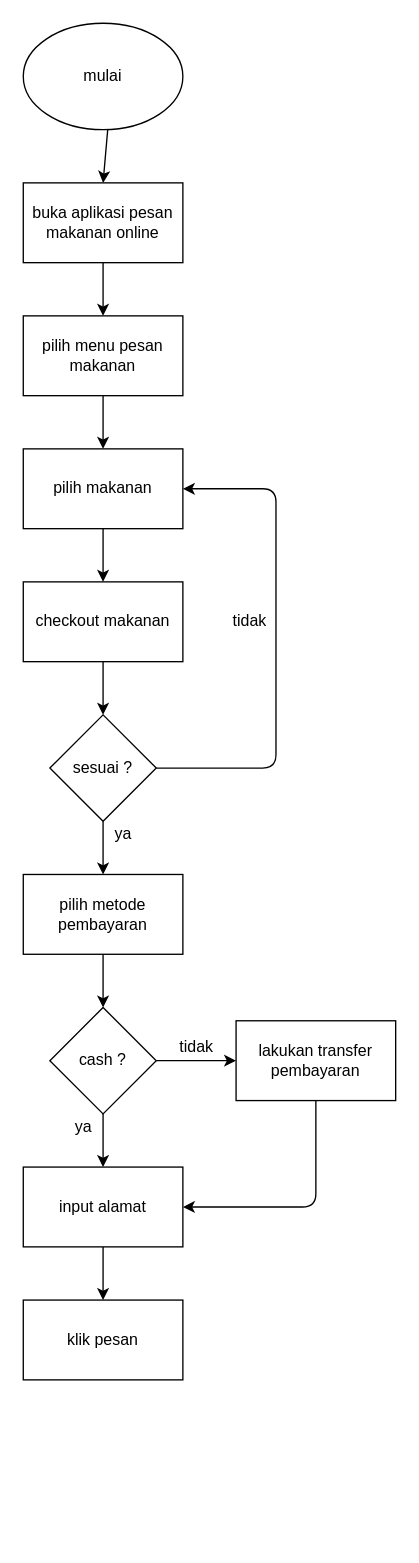
Earlier version of the draw.io diagram flowchart.drawio (hsyahridwan/ridwan_order-online-food_app). Source tidied: cells renumbered, new cells numbered last; positions are measured from the earlier drawing's top-left corner, leaving out a move shared by most shapes. Both pictures are drawn from the tidied source at 133%, with x=0, y=0 at pixel (23, 23).
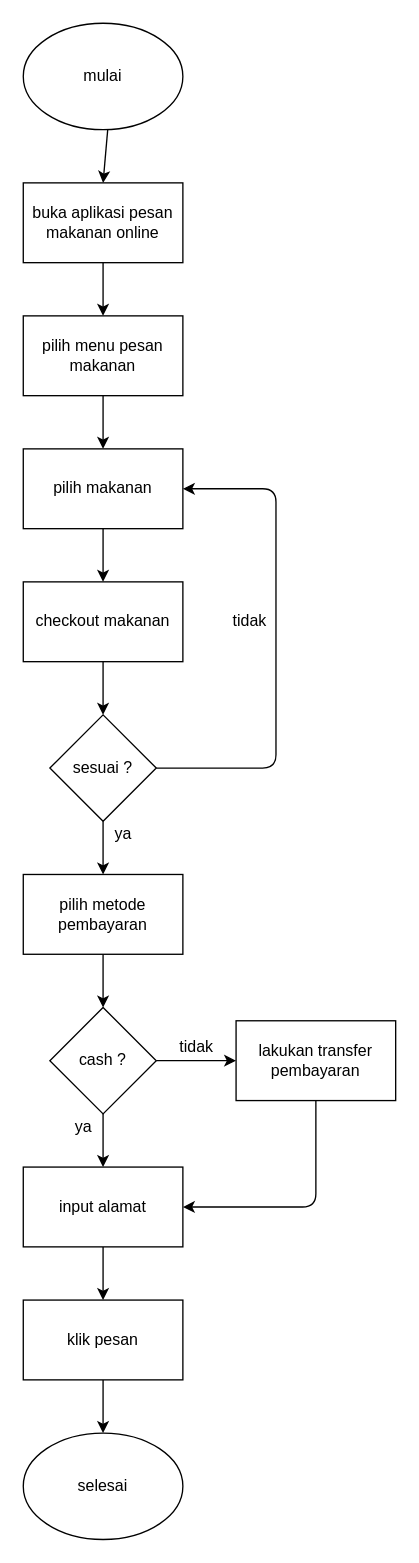
The same diagram, later.

The change refers to these unchanged cells:
```xml
<mxCell id="22" value="klik pesan" style="rounded=0;whiteSpace=wrap;html=1;" parent="1" vertex="1">
  <mxGeometry y="960" width="120" height="60" as="geometry" />
</mxCell>
```

The edit, as a diff of the source:
```diff
@@
+    <mxCell id="29" style="edgeStyle=none;html=1;" parent="1" edge="1" source="22" target="30">
+      <mxGeometry relative="1" as="geometry" />
+    </mxCell>
@@
+    <mxCell id="30" value="selesai" style="ellipse;whiteSpace=wrap;html=1;" parent="1" vertex="1">
+      <mxGeometry y="1060" width="120" height="80" as="geometry" />
+    </mxCell>
```
